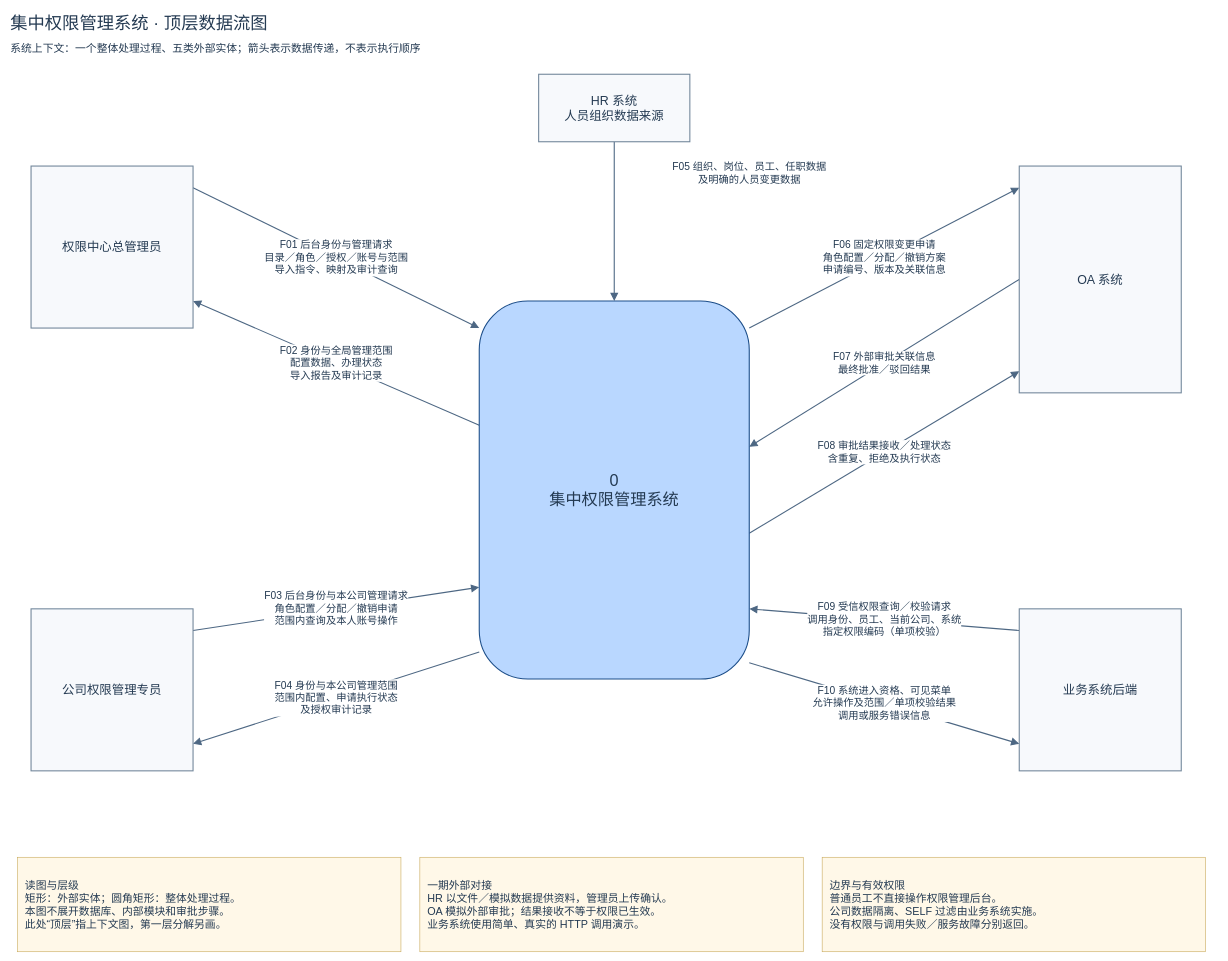
Earlier version of the draw.io diagram docs/dataflows-v1/权限管理系统_顶层数据流图.drawio (Noah-hope/RBAC-admin). Source tidied: cells renumbered, new cells numbered last; positions are measured from the earlier drawing's top-left corner, leaving out a move shared by most shapes. Both pictures are drawn from the tidied source at 54%, with x=0, y=0 at pixel (9, 9).
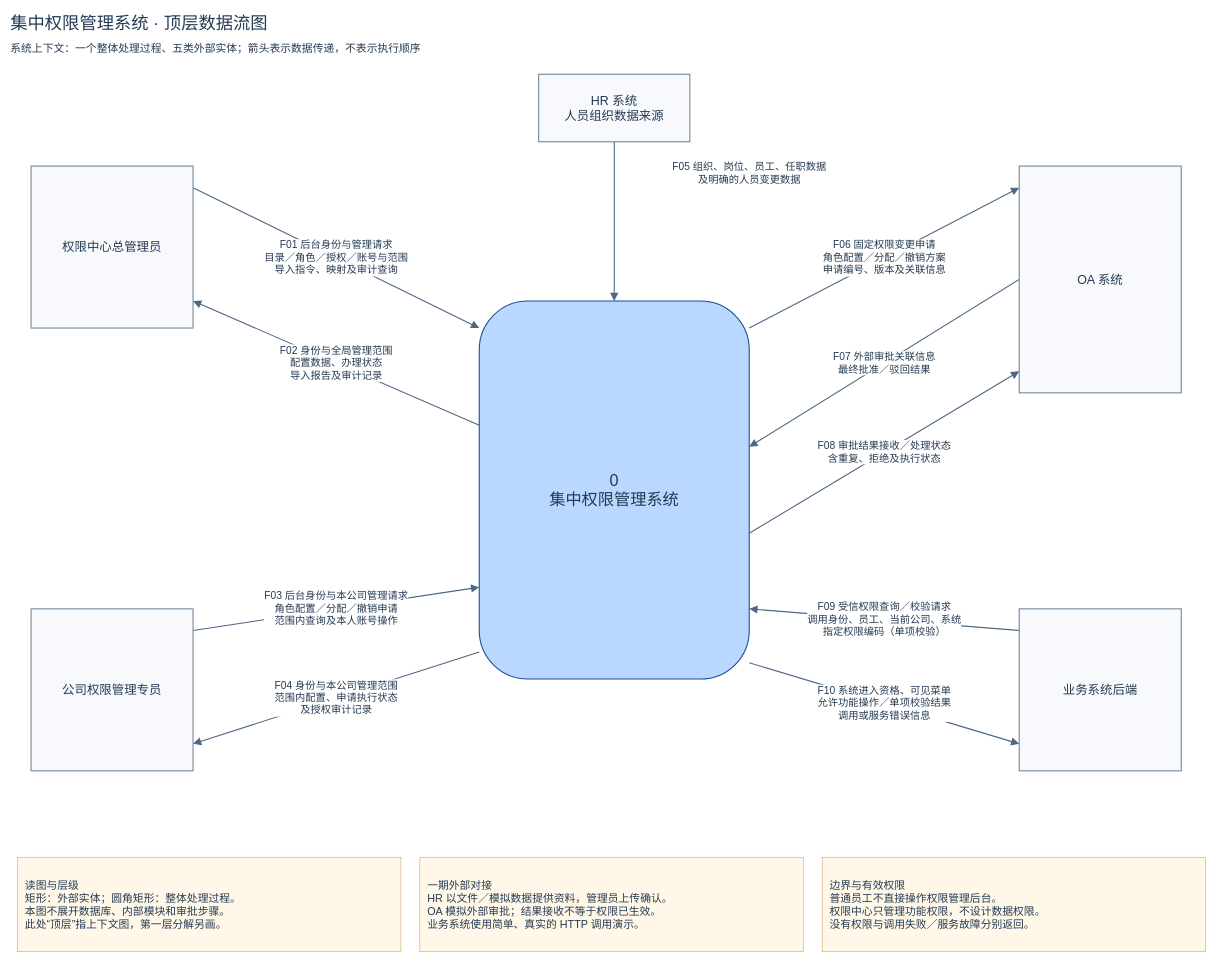
After the change.

Unchanged cells that the change refers to:
```xml
<mxCell id="14" value="0&lt;br&gt;集中权限管理系统" style="html=1;whiteSpace=wrap;fontFamily=Microsoft YaHei;fontSize=23;fontColor=#243a52;align=center;verticalAlign=middle;rounded=1;arcSize=18;fontSize=30;fillColor=#b9d7ff;strokeColor=#1c4e8a;strokeWidth=2;spacing=12;" parent="1" vertex="1">
  <mxGeometry x="870" y="540" width="500" height="700" as="geometry" />
</mxCell>
<mxCell id="19" value="业务系统后端" style="html=1;whiteSpace=wrap;fontFamily=Microsoft YaHei;fontSize=23;fontColor=#243a52;align=center;verticalAlign=middle;rounded=0;fillColor=#f7f9fc;strokeColor=#71869a;strokeWidth=2;spacing=12;" parent="1" vertex="1">
  <mxGeometry x="1870" y="1110" width="300" height="300" as="geometry" />
</mxCell>
```

The edit, as a diff of the source:
```diff
@@
-    <mxCell id="13" value="F10 系统进入资格、可见菜单&lt;br&gt;允许操作及范围／单项校验结果&lt;br&gt;调用或服务错误信息" style="html=1;edgeStyle=none;noEdgeStyle=1;curved=0;rounded=0;endArrow=block;endFill=1;endSize=10;strokeColor=#4d6783;strokeWidth=2;fontFamily=Microsoft YaHei;fontSize=19;fontColor=#243a52;labelBackgroundColor=#ffffff;exitX=1.0;exitY=0.9571428571428572;entryX=0.0;entryY=0.8333333333333334;exitPerimeter=0;entryPerimeter=0;" parent="1" edge="1" source="14" target="19">
+    <mxCell id="13" value="F10 系统进入资格、可见菜单&lt;br&gt;允许功能操作／单项校验结果&lt;br&gt;调用或服务错误信息" style="html=1;edgeStyle=none;noEdgeStyle=1;curved=0;rounded=0;endArrow=block;endFill=1;endSize=10;strokeColor=#4d6783;strokeWidth=2;fontFamily=Microsoft YaHei;fontSize=19;fontColor=#243a52;labelBackgroundColor=#ffffff;exitX=1.0;exitY=0.9571428571428572;entryX=0.0;entryY=0.8333333333333334;exitPerimeter=0;entryPerimeter=0;" parent="1" edge="1" source="14" target="19">
       <mxGeometry relative="1" as="geometry" />
     </mxCell>
@@
-    <mxCell id="22" value="边界与有效权限&lt;br&gt;普通员工不直接操作权限管理后台。&lt;br&gt;公司数据隔离、SELF 过滤由业务系统实施。&lt;br&gt;没有权限与调用失败／服务故障分别返回。" style="html=1;whiteSpace=wrap;fontFamily=Microsoft YaHei;fontSize=23;fontColor=#243a52;align=center;verticalAlign=middle;rounded=0;fillColor=#fff8e8;strokeColor=#c4a34f;fontSize=20;align=left;spacing=14;" parent="1" vertex="1">
+    <mxCell id="22" value="边界与有效权限&lt;br&gt;普通员工不直接操作权限管理后台。&lt;br&gt;权限中心只管理功能权限，不设计数据权限。&lt;br&gt;没有权限与调用失败／服务故障分别返回。" style="html=1;whiteSpace=wrap;fontFamily=Microsoft YaHei;fontSize=23;fontColor=#243a52;align=center;verticalAlign=middle;rounded=0;fillColor=#fff8e8;strokeColor=#c4a34f;fontSize=20;align=left;spacing=14;" parent="1" vertex="1">
       <mxGeometry x="1505" y="1570" width="710" height="175" as="geometry" />
     </mxCell>
```
